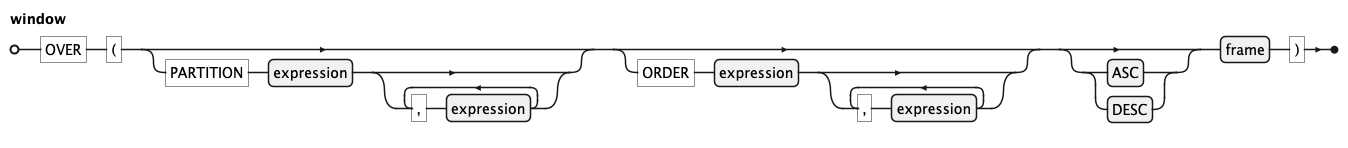
koryki-java/core keeps this PlantUML diagram as docs/kql/window.png. Above is the earlier version. The source it was exported from:
```plantuml
@startebnf
' border and background
skinparam legendBorderColor transparent
skinparam legendBackgroundColor white

'title window

window =
"OVER", "(", ["PARTITION", expression, {",", expression}]
, ["ORDER", expression, {",", expression}]
, [(ASC|DESC)] , frame
, ")"

;


@endebnf
```
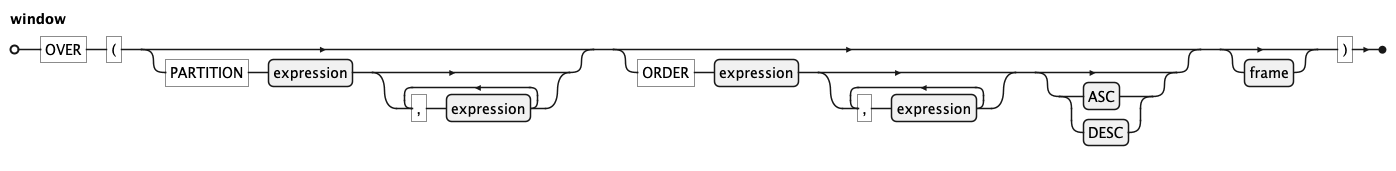
After the commit.

Commit message:
ebnf kql

The edit, as a diff of the source:
```diff
@@ -7,8 +7,8 @@
 
 window =
 "OVER", "(", ["PARTITION", expression, {",", expression}]
-, ["ORDER", expression, {",", expression}]
-, [(ASC|DESC)] , frame
+, ["ORDER", expression, {",", expression}, [(ASC|DESC)]]
+, [frame]
 , ")"
 
 ;
```
